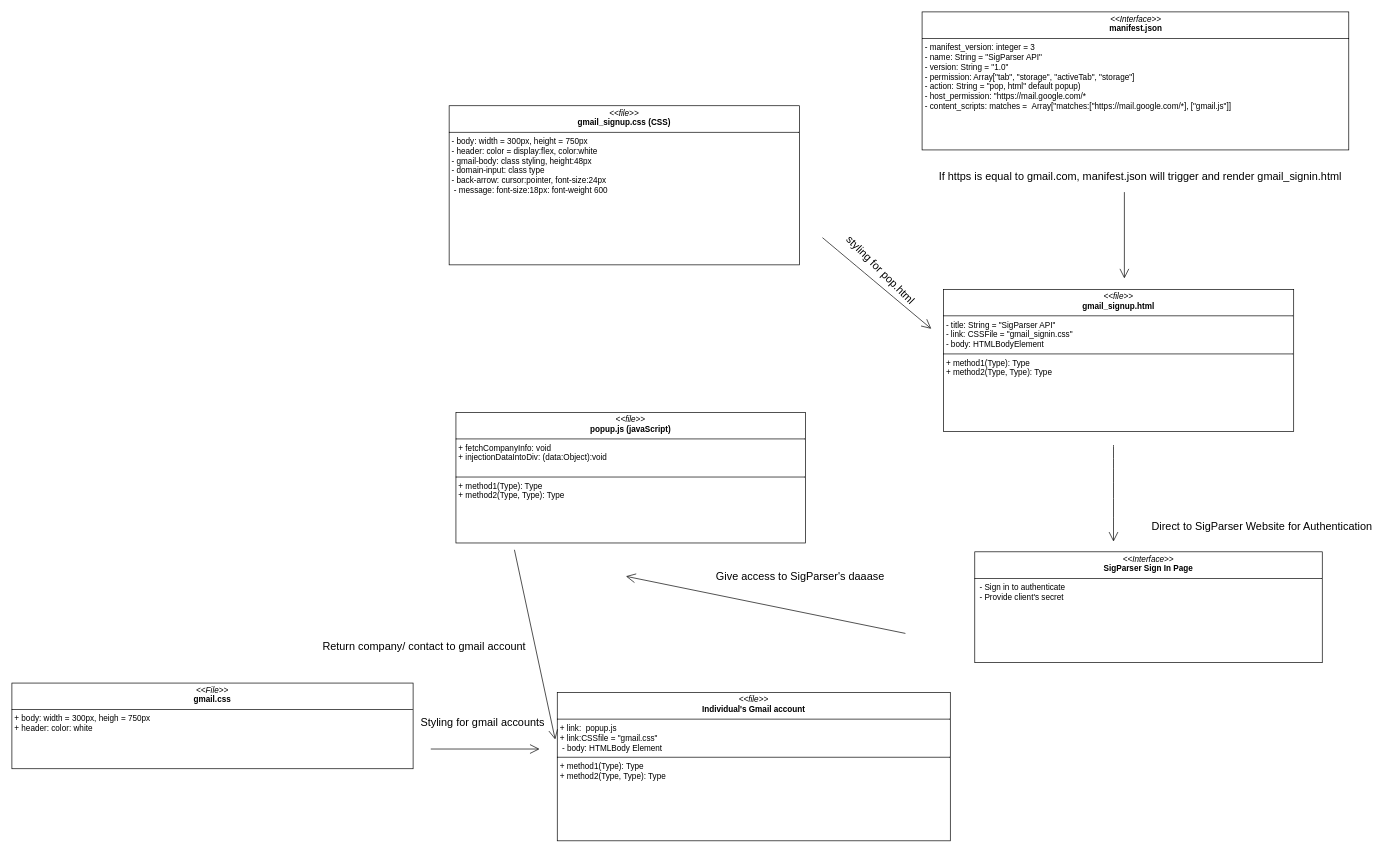
The draw.io diagram capstone.drawio in oimahawong/UX-UI, before the edit. Source tidied: cells renumbered, new cells numbered last; positions are measured from the earlier drawing's top-left corner, leaving out a move shared by most shapes. Both pictures are drawn from the tidied source at 68%, with x=0, y=0 at pixel (12, 12).
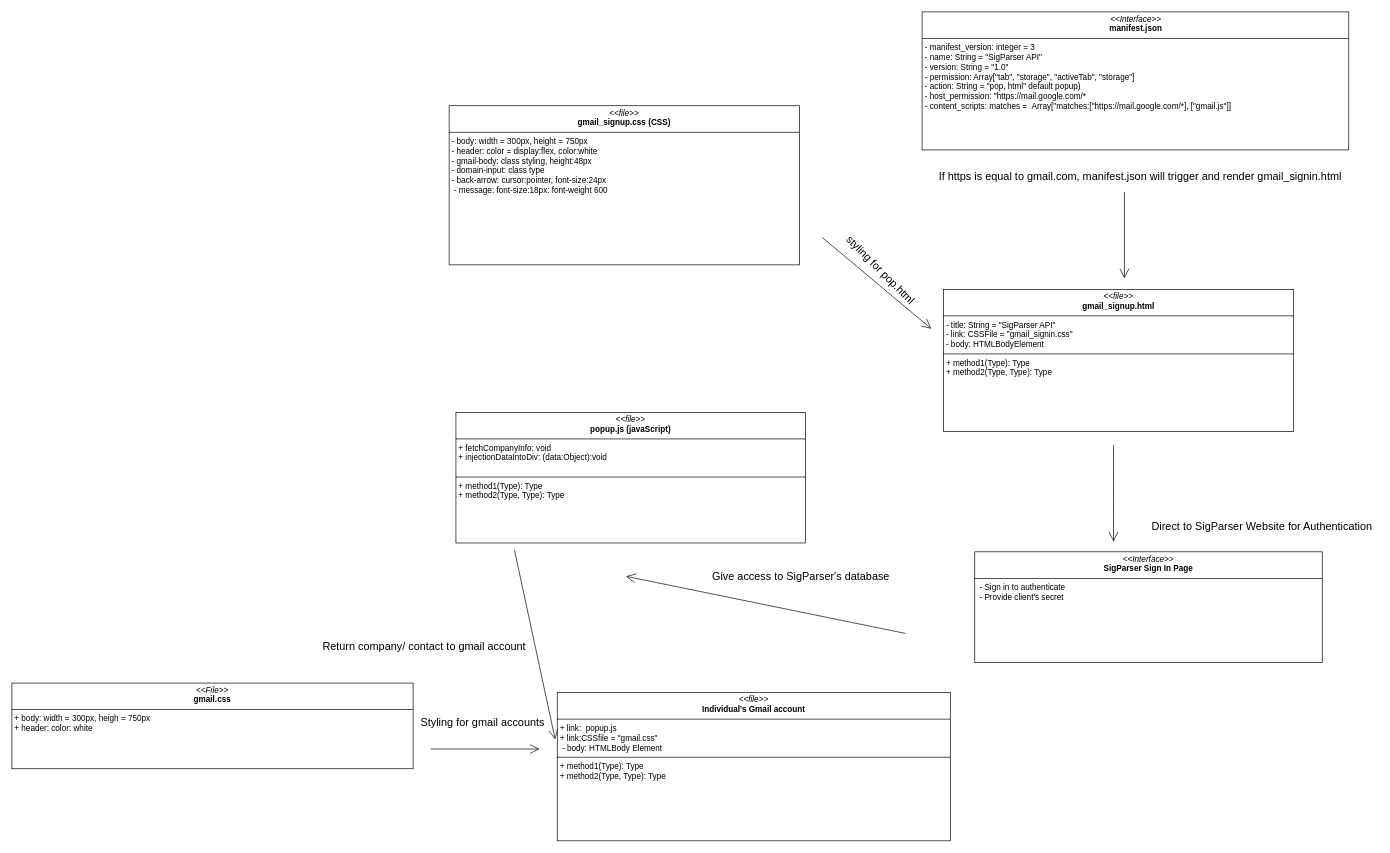
Above is the later version.

Change to the diagram source:
```diff
@@
-    <mxCell id="14" value="&lt;font style=&quot;font-size: 16px;&quot;&gt;Give access to SigParser's daaase&lt;/font&gt;" style="text;html=1;align=center;verticalAlign=middle;strokeColor=none;fillColor=none;" parent="1" vertex="1">
-      <mxGeometry x="1026" y="814" width="266" height="31" as="geometry" />
+    <mxCell id="14" value="&lt;font style=&quot;font-size: 16px;&quot;&gt;Give access to SigParser's database&lt;/font&gt;" style="text;html=1;align=center;verticalAlign=middle;strokeColor=none;fillColor=none;" parent="1" vertex="1">
+      <mxGeometry x="1020" y="814" width="279" height="31" as="geometry" />
     </mxCell>
```
